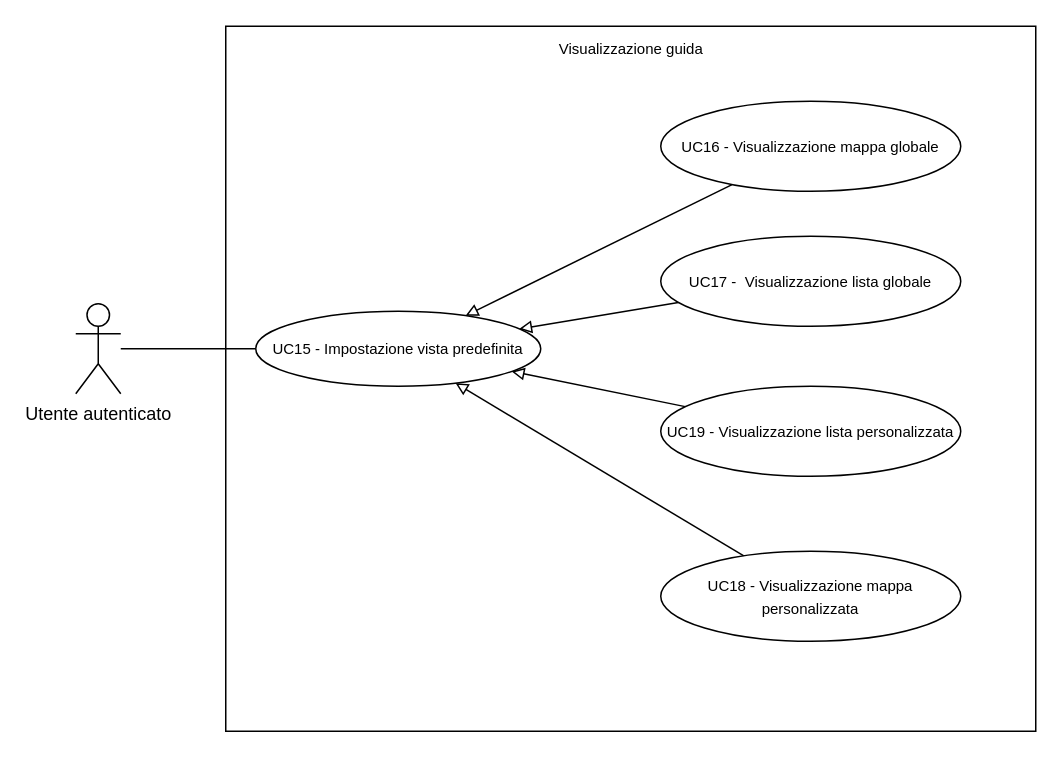
Before: src/Esterni/Analisi_dei_Requisiti/sezioni/Images/drawio/UC15.drawio in Bug-s-Bunny-Team/docs, a draw.io diagram. Source tidied: cells renumbered, new cells numbered last; positions are measured from the earlier drawing's top-left corner, leaving out a move shared by most shapes. Both pictures are drawn from the tidied source at 150%, with x=0, y=0 at pixel (75, 26).
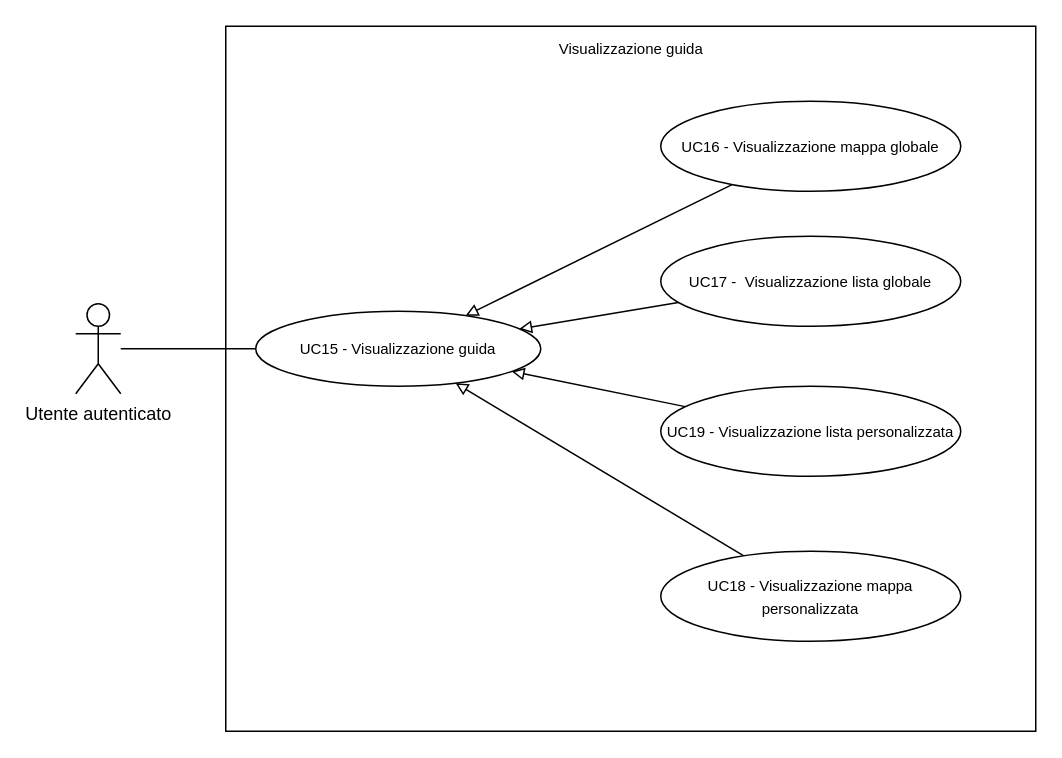
The same diagram, later.

Change to the diagram source:
```diff
@@
 <mxGraphModel>
   <root>
     <mxCell id="0" />
     <mxCell id="1" parent="0" />
     <mxCell id="2" style="rounded=0;whiteSpace=wrap;html=1;fontFamily=Helvetica;" parent="1" vertex="1">
       <mxGeometry x="100" width="540" height="470" as="geometry" />
     </mxCell>
     <mxCell id="3" style="rounded=0;jettySize=auto;html=1;fontFamily=Helvetica;fontSize=10;endArrow=none;endFill=0;entryX=0;entryY=0.5;entryDx=0;entryDy=0;" parent="1" edge="1" source="4" target="5">
       <mxGeometry relative="1" as="geometry" />
     </mxCell>
     <mxCell id="4" value="Utente autenticato" style="shape=umlActor;verticalLabelPosition=bottom;verticalAlign=top;html=1;outlineConnect=0;" parent="1" vertex="1">
       <mxGeometry y="185" width="30" height="60" as="geometry" />
     </mxCell>
-    <mxCell id="5" value="&lt;font style=&quot;font-size: 10px;&quot;&gt;UC15 -&amp;nbsp;&lt;/font&gt;&lt;span style=&quot;font-size: 10px;&quot;&gt;Impostazione vista predefinita&lt;/span&gt;" style="ellipse;whiteSpace=wrap;html=1;" parent="1" vertex="1">
+    <mxCell id="5" value="&lt;font style=&quot;font-size: 10px;&quot;&gt;UC15 - Visualizzazione guida&lt;/font&gt;" style="ellipse;whiteSpace=wrap;html=1;" parent="1" vertex="1">
       <mxGeometry x="120" y="190" width="190" height="50" as="geometry" />
     </mxCell>
     <mxCell id="6" value="Visualizzazione guida" style="text;html=1;strokeColor=none;fillColor=none;align=center;verticalAlign=middle;whiteSpace=wrap;rounded=0;fontSize=10;" parent="1" vertex="1">
       <mxGeometry x="267.5" width="205" height="30" as="geometry" />
     </mxCell>
     <mxCell id="7" style="rounded=0;jettySize=auto;html=1;endArrow=block;endFill=0;" parent="1" edge="1" source="8" target="5">
       <mxGeometry relative="1" as="geometry" />
     </mxCell>
     <mxCell id="8" value="&lt;font style=&quot;font-size: 10px;&quot;&gt;UC16 -&amp;nbsp;Visualizzazione mappa globale&lt;/font&gt;" style="ellipse;whiteSpace=wrap;html=1;" parent="1" vertex="1">
       <mxGeometry x="390" y="50" width="200" height="60" as="geometry" />
     </mxCell>
     <mxCell id="9" style="edgeStyle=none;rounded=0;jettySize=auto;html=1;endArrow=block;endFill=0;" parent="1" edge="1" source="10" target="5">
       <mxGeometry relative="1" as="geometry" />
     </mxCell>
     <mxCell id="10" value="&lt;span style=&quot;font-size: 10px;&quot;&gt;UC17 -&amp;nbsp;&amp;nbsp;Visualizzazione lista globale&lt;/span&gt;" style="ellipse;whiteSpace=wrap;html=1;" parent="1" vertex="1">
       <mxGeometry x="390" y="140" width="200" height="60" as="geometry" />
     </mxCell>
     <mxCell id="11" style="rounded=0;jettySize=auto;html=1;endArrow=block;endFill=0;" parent="1" edge="1" source="12" target="5">
       <mxGeometry relative="1" as="geometry" />
     </mxCell>
     <mxCell id="12" value="&lt;span style=&quot;font-size: 10px;&quot;&gt;UC19 -&amp;nbsp;&lt;/span&gt;&lt;span style=&quot;font-size: 10px;&quot;&gt;Visualizzazione lista personalizzata&lt;/span&gt;" style="ellipse;whiteSpace=wrap;html=1;" parent="1" vertex="1">
       <mxGeometry x="390" y="240" width="200" height="60" as="geometry" />
     </mxCell>
     <mxCell id="13" style="edgeStyle=none;rounded=0;jettySize=auto;html=1;endArrow=block;endFill=0;" parent="1" edge="1" source="14" target="5">
       <mxGeometry relative="1" as="geometry" />
     </mxCell>
     <mxCell id="14" value="&lt;span style=&quot;font-size: 10px;&quot;&gt;UC18 -&amp;nbsp;Visualizzazione mappa personalizzata&lt;/span&gt;" style="ellipse;whiteSpace=wrap;html=1;" parent="1" vertex="1">
       <mxGeometry x="390" y="350" width="200" height="60" as="geometry" />
     </mxCell>
   </root>
 </mxGraphModel>
```
